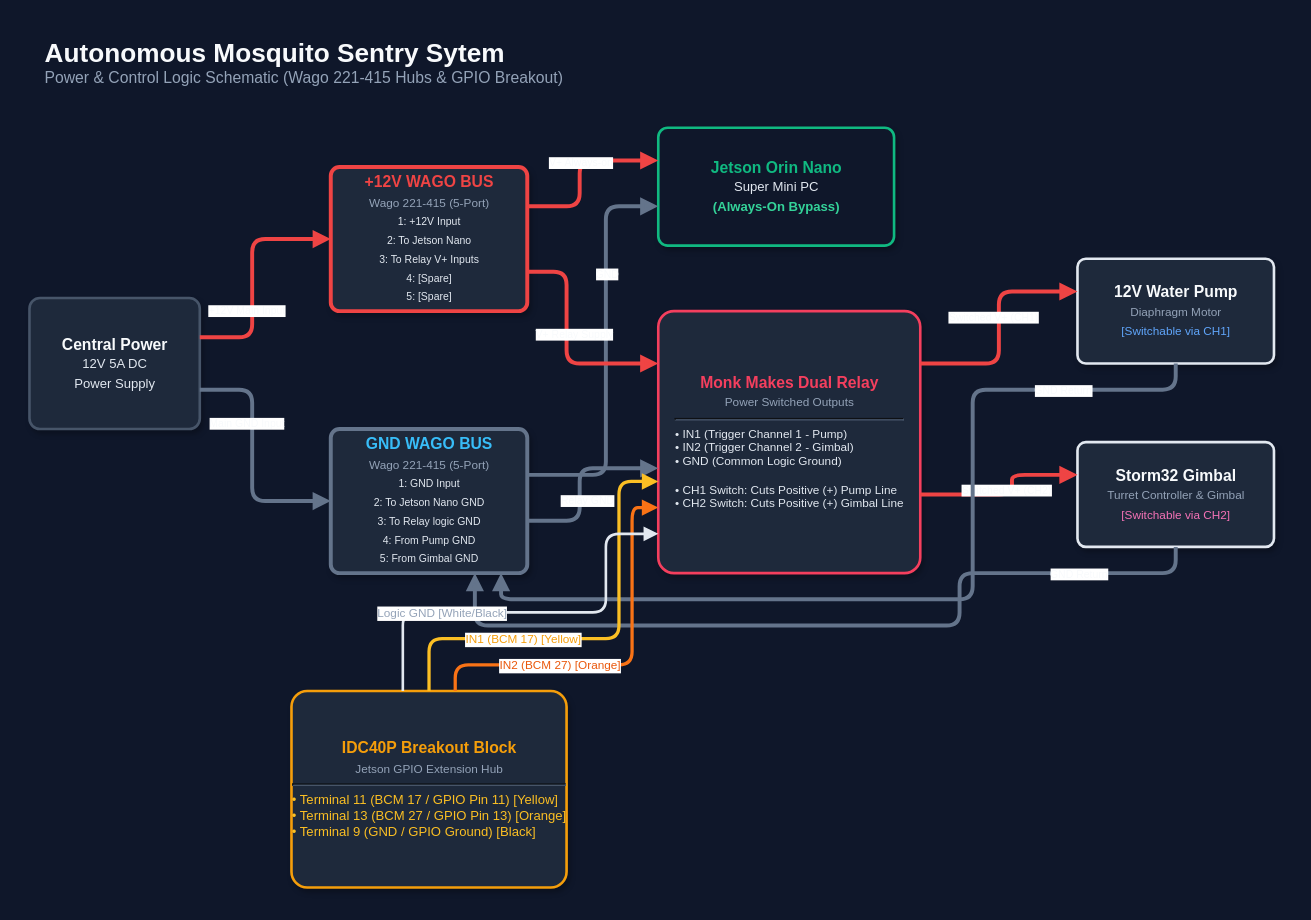
Above: diagrams/power_distribution_with_wago.drawio in main-salman/dropMosquitoes (draw.io), before the change. Source tidied: cells renumbered, new cells numbered last; positions are measured from the earlier drawing's top-left corner, leaving out a move shared by most shapes. Both pictures are drawn from the tidied source at 131%, with x=0, y=0 at pixel (29, 22).
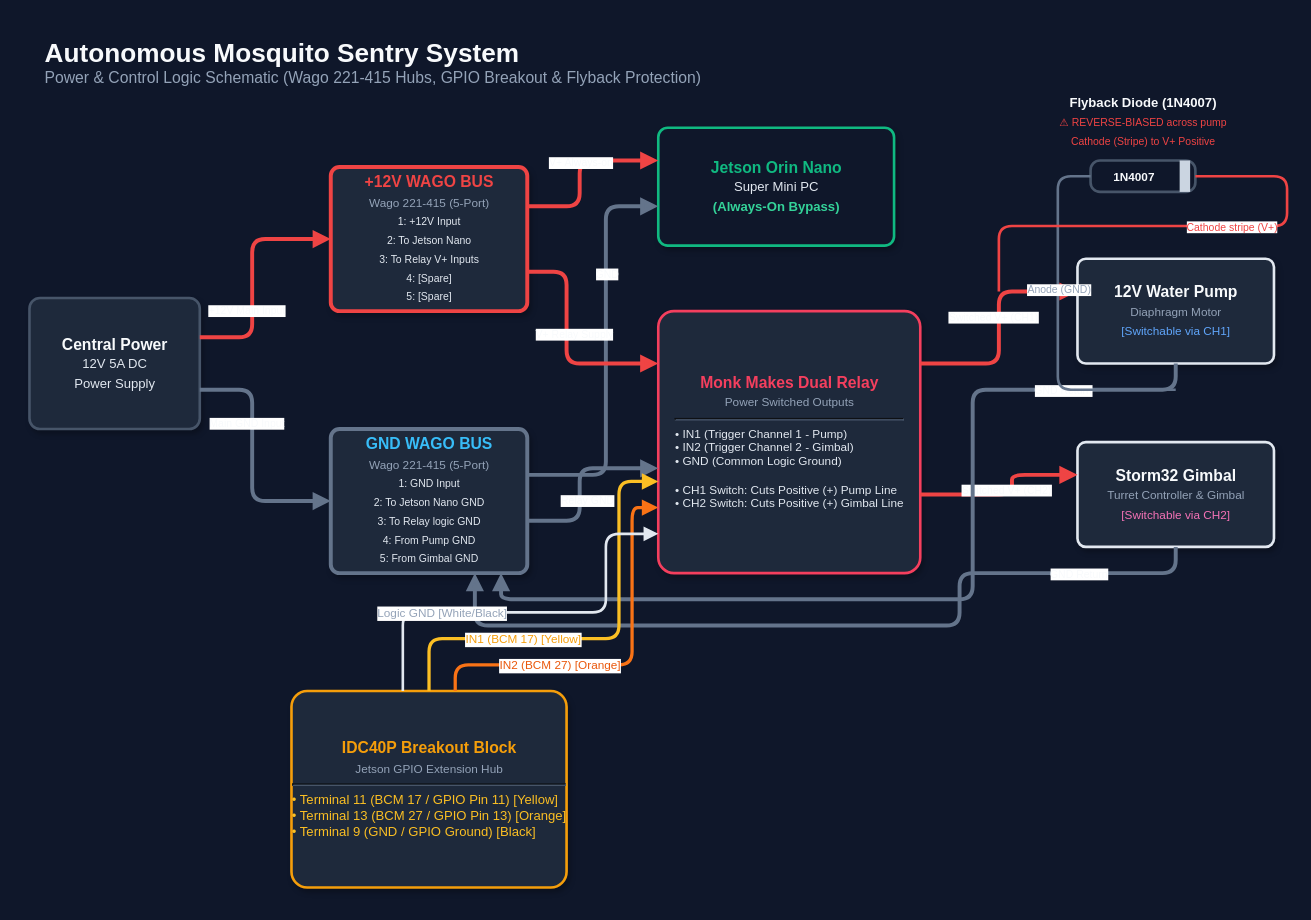
The same page after the edit.

Commit message (it also covers changes not shown here):
Add flyback diode protection to power_distribution_with_wago.drawio

Diff of the diagram source:
```diff
@@
-    <mxCell id="2" value="&lt;b style='font-size:20px;color:#F8FAFC'&gt;Autonomous Mosquito Sentry Sytem&lt;/b&gt;&lt;br&gt;&lt;span style='color:#94A3B8;font-size:12px'&gt;Power &amp; Control Logic Schematic (Wago 221-415 Hubs &amp; GPIO Breakout)&lt;/span&gt;" style="text;html=1;align=left;verticalAlign=middle;spacingLeft=10;" parent="1" vertex="1">
+    <mxCell id="2" value="&lt;b style='font-size:20px;color:#F8FAFC'&gt;Autonomous Mosquito Sentry System&lt;/b&gt;&lt;br&gt;&lt;span style='color:#94A3B8;font-size:12px'&gt;Power &amp; Control Logic Schematic (Wago 221-415 Hubs, GPIO Breakout &amp; Flyback Protection)&lt;/span&gt;" style="text;html=1;align=left;verticalAlign=middle;spacingLeft=10;" parent="1" vertex="1">
       <mxGeometry width="800" height="60" as="geometry" />
     </mxCell>
@@
+    <mxCell id="45" style="rounded=1;fillColor=#0F172A;strokeColor=#475569;arcSize=30;strokeWidth=2;" parent="1" vertex="1">
+      <mxGeometry x="810" y="105" width="80" height="24" as="geometry" />
+    </mxCell>
+    <mxCell id="46" style="rounded=0;fillColor=#CBD5E1;strokeColor=none;" parent="1" vertex="1">
+      <mxGeometry x="878" y="105" width="8" height="24" as="geometry" />
+    </mxCell>
+    <mxCell id="47" value="&lt;span style='color:#F8FAFC;font-size:9px'&gt;&lt;b&gt;1N4007&lt;/b&gt;&lt;/span&gt;" style="text;html=1;align=center;verticalAlign=middle;" parent="1" vertex="1">
+      <mxGeometry x="810" y="105" width="65" height="24" as="geometry" />
+    </mxCell>
+    <mxCell id="48" value="&lt;b style='color:#F8FAFC;font-size:10px'&gt;Flyback Diode (1N4007)&lt;/b&gt;&lt;br&gt;&lt;span style='color:#EF4444;font-size:8px'&gt;⚠ REVERSE-BIASED across pump&lt;br&gt;Cathode (Stripe) to V+ Positive&lt;/span&gt;" style="text;html=1;align=center;verticalAlign=middle;" parent="1" vertex="1">
+      <mxGeometry x="760" y="55" width="180" height="40" as="geometry" />
+    </mxCell>
@@
+    <mxCell id="49" style="endArrow=none;strokeColor=#64748B;strokeWidth=2;rounded=1;edgeStyle=orthogonalEdgeStyle;" parent="1" edge="1">
+      <mxGeometry relative="1" as="geometry">
+        <mxPoint x="810" y="117" as="sourcePoint" />
+        <mxPoint x="875" y="280" as="targetPoint" />
+        <Array as="points">
+          <mxPoint x="785" y="117" />
+          <mxPoint x="785" y="280" />
+        </Array>
+      </mxGeometry>
+    </mxCell>
+    <mxCell id="50" value="Anode (GND)" style="edgeLabel;html=1;align=center;verticalAlign=middle;fontColor=#94A3B8;fontSize=8;backgroundColor=#0F172A;" parent="49" vertex="1">
+      <mxGeometry x="-0.2" relative="1" as="geometry" />
+    </mxCell>
+    <mxCell id="51" style="endArrow=none;strokeColor=#EF4444;strokeWidth=2;rounded=1;edgeStyle=orthogonalEdgeStyle;" parent="1" edge="1">
+      <mxGeometry relative="1" as="geometry">
+        <mxPoint x="890" y="117" as="sourcePoint" />
+        <mxPoint x="740" y="205" as="targetPoint" />
+        <Array as="points">
+          <mxPoint x="960" y="117" />
+          <mxPoint x="960" y="155" />
+          <mxPoint x="740" y="155" />
+        </Array>
+      </mxGeometry>
+    </mxCell>
+    <mxCell id="52" value="Cathode stripe (V+)" style="edgeLabel;html=1;align=center;verticalAlign=middle;fontColor=#EF4444;fontSize=8;backgroundColor=#0F172A;" parent="51" vertex="1">
+      <mxGeometry x="-0.2" relative="1" as="geometry" />
+    </mxCell>
```
